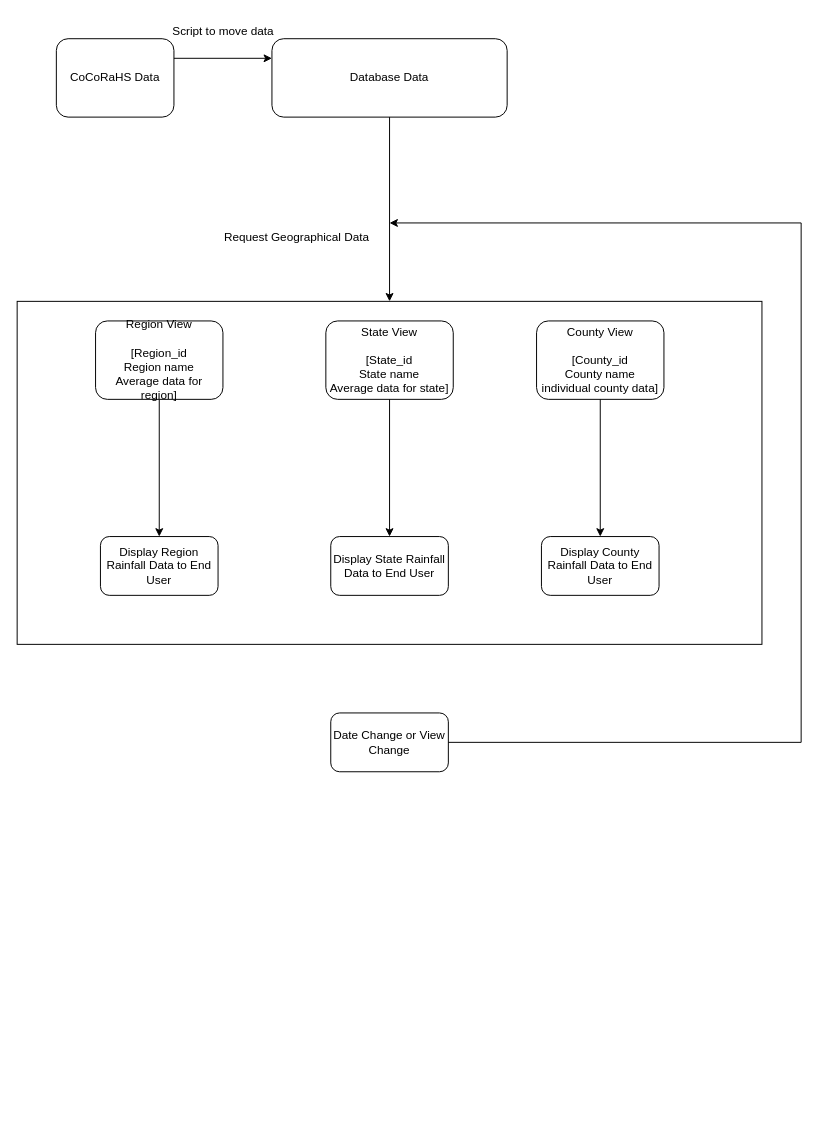
Above: Diagrams/Data Flow Diagram.drawio in ccrdev/precipitracker (draw.io), before the change. Source tidied: cells renumbered, new cells numbered last; positions are measured from the earlier drawing's top-left corner, leaving out a move shared by most shapes. Both pictures are drawn from the tidied source at 98%, with x=0, y=0 at pixel (17, 17).
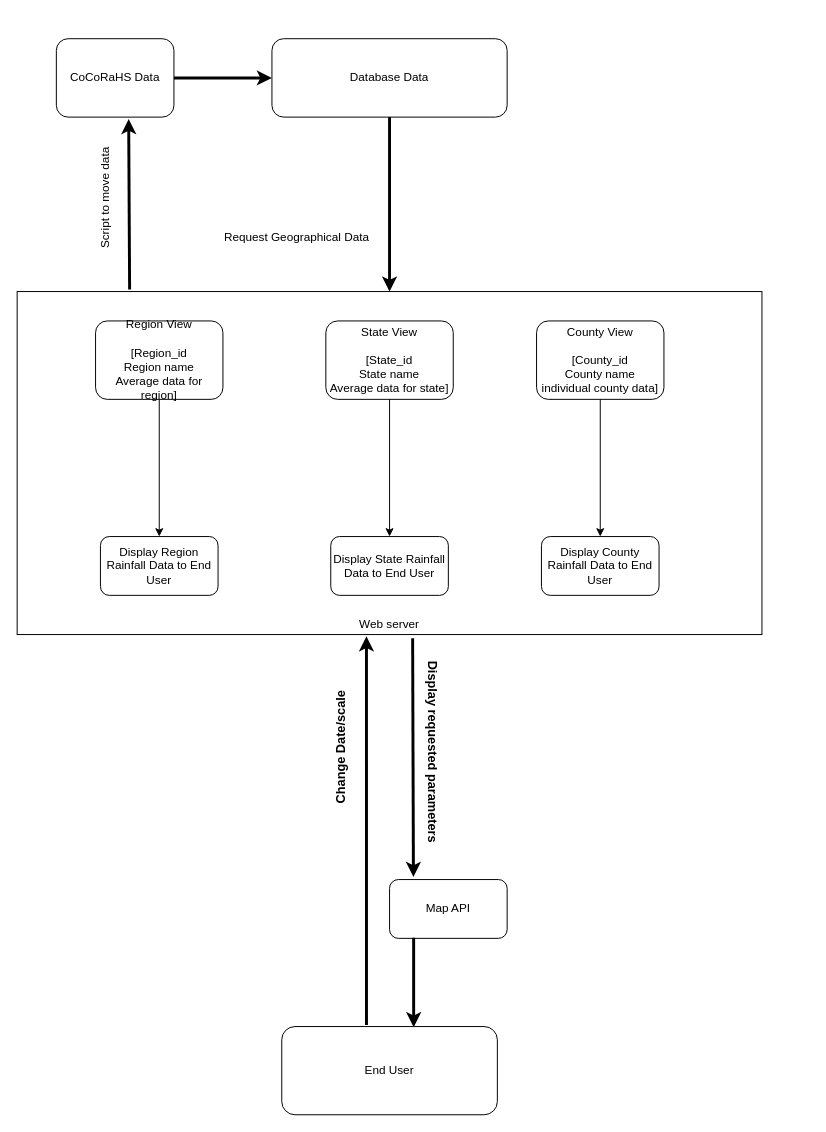
The same diagram, later.

The change refers to these unchanged cells:
```xml
<mxCell id="2" value="Database Data" style="rounded=1;whiteSpace=wrap;html=1;" parent="1" vertex="1">
  <mxGeometry x="260" y="22" width="240" height="80" as="geometry" />
</mxCell>
<mxCell id="3" value="CoCoRaHS Data" style="rounded=1;whiteSpace=wrap;html=1;" parent="1" vertex="1">
  <mxGeometry x="40" y="22" width="120" height="80" as="geometry" />
</mxCell>
```

Diff of the diagram source:
```diff
@@
+    <mxCell id="4" style="edgeStyle=orthogonalEdgeStyle;rounded=0;jettySize=auto;html=1;strokeWidth=3;" parent="1" edge="1" source="3" target="2">
+      <mxGeometry relative="1" as="geometry" />
+    </mxCell>
@@
-    <mxCell id="4" style="edgeStyle=none;jettySize=auto;html=1;rounded=0;entryX=0;entryY=0.25;entryDx=0;entryDy=0;exitX=1;exitY=0.25;exitDx=0;exitDy=0;" parent="1" edge="1" source="3" target="2">
-      <mxGeometry relative="1" as="geometry" />
-    </mxCell>
-    <mxCell id="5" value="Script to move data" style="text;html=1;align=center;verticalAlign=middle;strokeColor=none;fillColor=none;" parent="1" vertex="1">
-      <mxGeometry x="150" width="120" height="30" as="geometry" />
+    <mxCell id="5" value="Script to move data" style="text;html=1;align=center;verticalAlign=middle;strokeColor=none;fillColor=none;rotation=-90;" parent="1" vertex="1">
+      <mxGeometry x="30" y="170" width="120" height="30" as="geometry" />
     </mxCell>
@@
-    <mxCell id="7" value="Date Change or View Change" style="rounded=1;whiteSpace=wrap;html=1;" parent="1" vertex="1">
-      <mxGeometry x="320" y="710" width="120" height="60" as="geometry" />
-    </mxCell>
-    <mxCell id="8" style="edgeStyle=none;jettySize=auto;html=1;rounded=0;exitX=1;exitY=0.5;exitDx=0;exitDy=0;" parent="1" edge="1" source="7">
-      <mxGeometry relative="1" as="geometry">
-        <mxPoint x="380" y="210" as="targetPoint" />
-        <Array as="points">
-          <mxPoint x="800" y="740" />
-          <mxPoint x="800" y="210" />
-        </Array>
-      </mxGeometry>
-    </mxCell>
     <mxCell id="9" style="rounded=0;whiteSpace=wrap;html=1;" parent="1" vertex="1">
-      <mxGeometry y="290" width="760" height="350" as="geometry" />
+      <mxGeometry y="280" width="760" height="350" as="geometry" />
     </mxCell>
@@
-    <mxCell id="19" style="edgeStyle=none;jettySize=auto;html=1;rounded=0;exitX=0.5;exitY=1;exitDx=0;exitDy=0;" parent="1" edge="1" source="2">
-      <mxGeometry relative="1" as="geometry">
-        <mxPoint x="380" y="290" as="targetPoint" />
-      </mxGeometry>
+    <mxCell id="19" style="edgeStyle=none;jettySize=auto;html=1;rounded=0;exitX=0.5;exitY=1;exitDx=0;exitDy=0;strokeWidth=3;entryX=0.5;entryY=0;entryDx=0;entryDy=0;" parent="1" edge="1" source="2" target="9">
+      <mxGeometry relative="1" as="geometry" />
     </mxCell>
+    <mxCell id="20" value="End User" style="rounded=1;whiteSpace=wrap;html=1;" parent="1" vertex="1">
+      <mxGeometry x="270" y="1030" width="220" height="90" as="geometry" />
+    </mxCell>
+    <mxCell id="21" style="endArrow=classic;html=1;rounded=0;exitX=0.393;exitY=-0.017;exitDx=0;exitDy=0;exitPerimeter=0;entryX=0.469;entryY=1.005;entryDx=0;entryDy=0;entryPerimeter=0;strokeWidth=3;" parent="1" edge="1" source="20" target="9">
+      <mxGeometry relative="1" as="geometry" />
+    </mxCell>
+    <mxCell id="22" style="endArrow=classic;html=1;rounded=0;exitX=0.531;exitY=1.011;exitDx=0;exitDy=0;exitPerimeter=0;strokeWidth=3;entryX=0.203;entryY=-0.044;entryDx=0;entryDy=0;entryPerimeter=0;" parent="1" edge="1" source="9" target="26">
+      <mxGeometry relative="1" as="geometry" />
+    </mxCell>
+    <mxCell id="23" value="Change Date/scale" style="text;html=1;align=center;verticalAlign=middle;whiteSpace=wrap;rounded=0;rotation=-90;fontStyle=1;fontSize=13;" parent="1" vertex="1">
+      <mxGeometry x="240" y="730" width="180" height="30" as="geometry" />
+    </mxCell>
+    <mxCell id="24" value="&lt;b&gt;&lt;font style=&quot;font-size: 13px;&quot;&gt;Display requested parameters&lt;/font&gt;&lt;/b&gt;" style="text;html=1;align=center;verticalAlign=middle;whiteSpace=wrap;rounded=0;rotation=90;" parent="1" vertex="1">
+      <mxGeometry x="315" y="730" width="220" height="40" as="geometry" />
+    </mxCell>
+    <mxCell id="25" value="Web server" style="text;html=1;align=center;verticalAlign=middle;whiteSpace=wrap;rounded=0;" parent="1" vertex="1">
+      <mxGeometry x="340" y="605" width="80" height="30" as="geometry" />
+    </mxCell>
+    <mxCell id="26" value="Map API" style="rounded=1;whiteSpace=wrap;html=1;" parent="1" vertex="1">
+      <mxGeometry x="380" y="880" width="120" height="60" as="geometry" />
+    </mxCell>
+    <mxCell id="27" style="endArrow=classic;html=1;rounded=0;exitX=0.205;exitY=0.991;exitDx=0;exitDy=0;entryX=0.612;entryY=0.008;entryDx=0;entryDy=0;entryPerimeter=0;exitPerimeter=0;strokeWidth=3;" parent="1" edge="1" source="26" target="20">
+      <mxGeometry relative="1" as="geometry" />
+    </mxCell>
+    <mxCell id="28" style="endArrow=classic;html=1;rounded=0;exitX=0.151;exitY=-0.006;exitDx=0;exitDy=0;exitPerimeter=0;entryX=0.615;entryY=1.025;entryDx=0;entryDy=0;entryPerimeter=0;strokeWidth=3;" parent="1" edge="1" source="9" target="3">
+      <mxGeometry relative="1" as="geometry" />
+    </mxCell>
```
